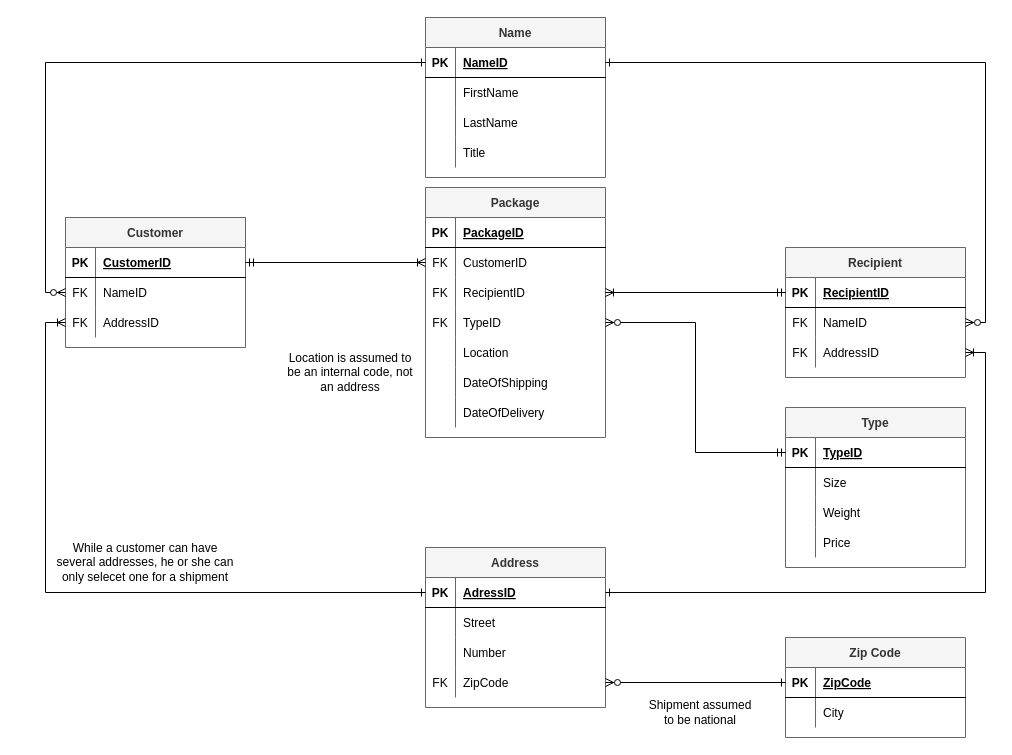
This is page "Step-4" (4 of 5) of MailDeliveryServices.drawio from 20180912/CFLMS-Mark-CodeReview-09, a draw.io file, before an edit. Source tidied: cells renumbered, new cells numbered last; positions are measured from the earlier drawing's top-left corner, leaving out a move shared by most shapes. Both pictures are drawn from the tidied source at 100%, with x=0, y=0 at pixel (55, 17).
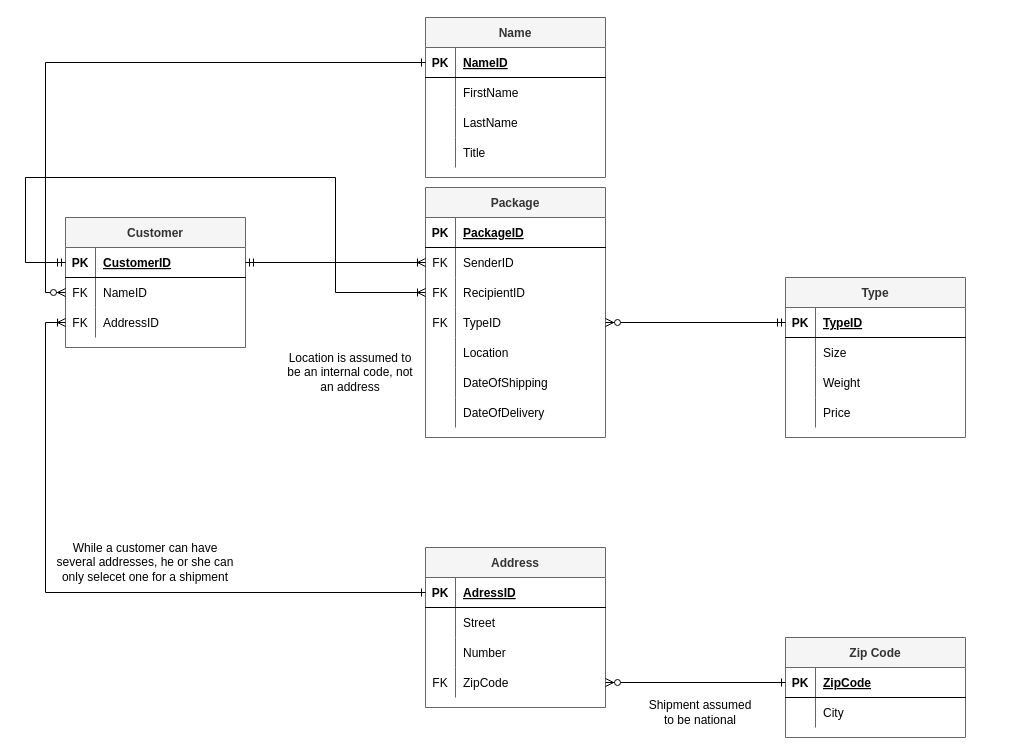
Above is the later version.

Commit message (it also covers changes not shown here):
Joined Sender and Recipient

Unchanged cells that the change refers to:
```xml
<mxCell id="6" style="shape=partialRectangle;fillColor=none;top=0;left=0;bottom=0;right=0;points=[[0,0.5],[1,0.5]];portConstraint=eastwest;" parent="2" vertex="1">
  <mxGeometry y="60" width="180" height="30" as="geometry" />
</mxCell>
<mxCell id="9" style="shape=partialRectangle;fillColor=none;top=0;left=0;bottom=0;right=0;points=[[0,0.5],[1,0.5]];portConstraint=eastwest;" parent="2" vertex="1">
  <mxGeometry y="90" width="180" height="30" as="geometry" />
</mxCell>
<mxCell id="25" style="shape=partialRectangle;fillColor=none;top=0;left=0;bottom=1;right=0;points=[[0,0.5],[1,0.5]];portConstraint=eastwest;" parent="24" vertex="1">
  <mxGeometry y="30" width="180" height="30" as="geometry" />
</mxCell>
<mxCell id="47" style="shape=partialRectangle;fillColor=none;top=0;left=0;bottom=1;right=0;points=[[0,0.5],[1,0.5]];portConstraint=eastwest;" parent="46" vertex="1">
  <mxGeometry y="30" width="180" height="30" as="geometry" />
</mxCell>
<mxCell id="87" style="shape=partialRectangle;fillColor=none;top=0;left=0;bottom=1;right=0;points=[[0,0.5],[1,0.5]];portConstraint=eastwest;" parent="86" vertex="1">
  <mxGeometry y="30" width="180" height="30" as="geometry" />
</mxCell>
```

Change to the diagram source:
```diff
@@
-    <mxCell id="8" value="CustomerID" style="shape=partialRectangle;fillColor=none;top=0;left=0;bottom=0;right=0;align=left;spacingLeft=6;overflow=hidden;" parent="6" vertex="1">
+    <mxCell id="8" value="SenderID" style="shape=partialRectangle;fillColor=none;top=0;left=0;bottom=0;right=0;align=left;spacingLeft=6;overflow=hidden;" parent="6" vertex="1">
       <mxGeometry x="30" width="150" height="30" as="geometry" />
     </mxCell>
@@
-    <mxCell id="34" value="Recipient" style="shape=table;startSize=30;childLayout=tableLayout;rowLines=0;fontStyle=1;align=center;fillColor=#f5f5f5;strokeColor=#666666;fontColor=#333333;" parent="1" vertex="1">
-      <mxGeometry x="730" y="230" width="180" height="130" as="geometry" />
-    </mxCell>
-    <mxCell id="35" style="shape=partialRectangle;fillColor=none;top=0;left=0;bottom=1;right=0;points=[[0,0.5],[1,0.5]];portConstraint=eastwest;" parent="34" vertex="1">
-      <mxGeometry y="30" width="180" height="30" as="geometry" />
-    </mxCell>
-    <mxCell id="36" value="PK" style="shape=partialRectangle;fillColor=none;top=0;left=0;bottom=0;right=0;fontStyle=1;overflow=hidden;" parent="35" vertex="1">
-      <mxGeometry width="30" height="30" as="geometry" />
-    </mxCell>
-    <mxCell id="37" value="RecipientID" style="shape=partialRectangle;fillColor=none;top=0;left=0;bottom=0;right=0;align=left;spacingLeft=6;fontStyle=5;overflow=hidden;" parent="35" vertex="1">
-      <mxGeometry x="30" width="150" height="30" as="geometry" />
-    </mxCell>
-    <mxCell id="38" style="shape=partialRectangle;fillColor=none;top=0;left=0;bottom=0;right=0;points=[[0,0.5],[1,0.5]];portConstraint=eastwest;" parent="34" vertex="1">
-      <mxGeometry y="60" width="180" height="30" as="geometry" />
-    </mxCell>
-    <mxCell id="39" value="FK" style="shape=partialRectangle;fillColor=none;top=0;left=0;bottom=0;right=0;overflow=hidden;" parent="38" vertex="1">
-      <mxGeometry width="30" height="30" as="geometry" />
-    </mxCell>
-    <mxCell id="40" value="NameID" style="shape=partialRectangle;fillColor=none;top=0;left=0;bottom=0;right=0;align=left;spacingLeft=6;overflow=hidden;" parent="38" vertex="1">
-      <mxGeometry x="30" width="150" height="30" as="geometry" />
-    </mxCell>
-    <mxCell id="41" style="shape=partialRectangle;fillColor=none;top=0;left=0;bottom=0;right=0;points=[[0,0.5],[1,0.5]];portConstraint=eastwest;" parent="34" vertex="1">
-      <mxGeometry y="90" width="180" height="30" as="geometry" />
-    </mxCell>
-    <mxCell id="42" value="FK" style="shape=partialRectangle;fillColor=none;top=0;left=0;bottom=0;right=0;overflow=hidden;" parent="41" vertex="1">
-      <mxGeometry width="30" height="30" as="geometry" />
-    </mxCell>
-    <mxCell id="43" value="AddressID" style="shape=partialRectangle;fillColor=none;top=0;left=0;bottom=0;right=0;align=left;spacingLeft=6;overflow=hidden;" parent="41" vertex="1">
-      <mxGeometry x="30" width="150" height="30" as="geometry" />
-    </mxCell>
@@
-    <mxCell id="45" style="edgeStyle=orthogonalEdgeStyle;rounded=0;jettySize=auto;html=1;exitX=1;exitY=0.5;exitDx=0;exitDy=0;entryX=0;entryY=0.5;entryDx=0;entryDy=0;startArrow=ERoneToMany;startFill=0;endArrow=ERmandOne;endFill=0;" parent="1" edge="1" source="9" target="35">
-      <mxGeometry relative="1" as="geometry" />
+    <mxCell id="45" style="edgeStyle=orthogonalEdgeStyle;rounded=0;jettySize=auto;html=1;exitX=0;exitY=0.5;exitDx=0;exitDy=0;entryX=0;entryY=0.5;entryDx=0;entryDy=0;startArrow=ERoneToMany;startFill=0;endArrow=ERmandOne;endFill=0;" parent="1" edge="1" source="9" target="25">
+      <mxGeometry relative="1" as="geometry">
+        <Array as="points">
+          <mxPoint x="280" y="275" />
+          <mxPoint x="280" y="160" />
+          <mxPoint x="-30" y="160" />
+          <mxPoint x="-30" y="245" />
+        </Array>
+      </mxGeometry>
     </mxCell>
@@
-    <mxCell id="60" style="edgeStyle=orthogonalEdgeStyle;rounded=0;jettySize=auto;html=1;exitX=1;exitY=0.5;exitDx=0;exitDy=0;entryX=1;entryY=0.5;entryDx=0;entryDy=0;startArrow=ERoneToMany;startFill=0;endArrow=ERone;endFill=0;" parent="1" edge="1" source="41" target="47">
-      <mxGeometry relative="1" as="geometry" />
-    </mxCell>
     <mxCell id="61" value="Type" style="shape=table;startSize=30;childLayout=tableLayout;rowLines=0;fontStyle=1;align=center;fillColor=#f5f5f5;strokeColor=#666666;fontColor=#333333;" parent="1" vertex="1">
-      <mxGeometry x="730" y="390" width="180" height="160" as="geometry" />
+      <mxGeometry x="730" y="260" width="180" height="160" as="geometry" />
     </mxCell>
@@
-    <mxCell id="100" style="edgeStyle=orthogonalEdgeStyle;rounded=0;jettySize=auto;html=1;exitX=1;exitY=0.5;exitDx=0;exitDy=0;entryX=1;entryY=0.5;entryDx=0;entryDy=0;startArrow=ERzeroToMany;startFill=1;endArrow=ERone;endFill=0;" parent="1" edge="1" source="38" target="87">
-      <mxGeometry relative="1" as="geometry" />
-    </mxCell>
```
